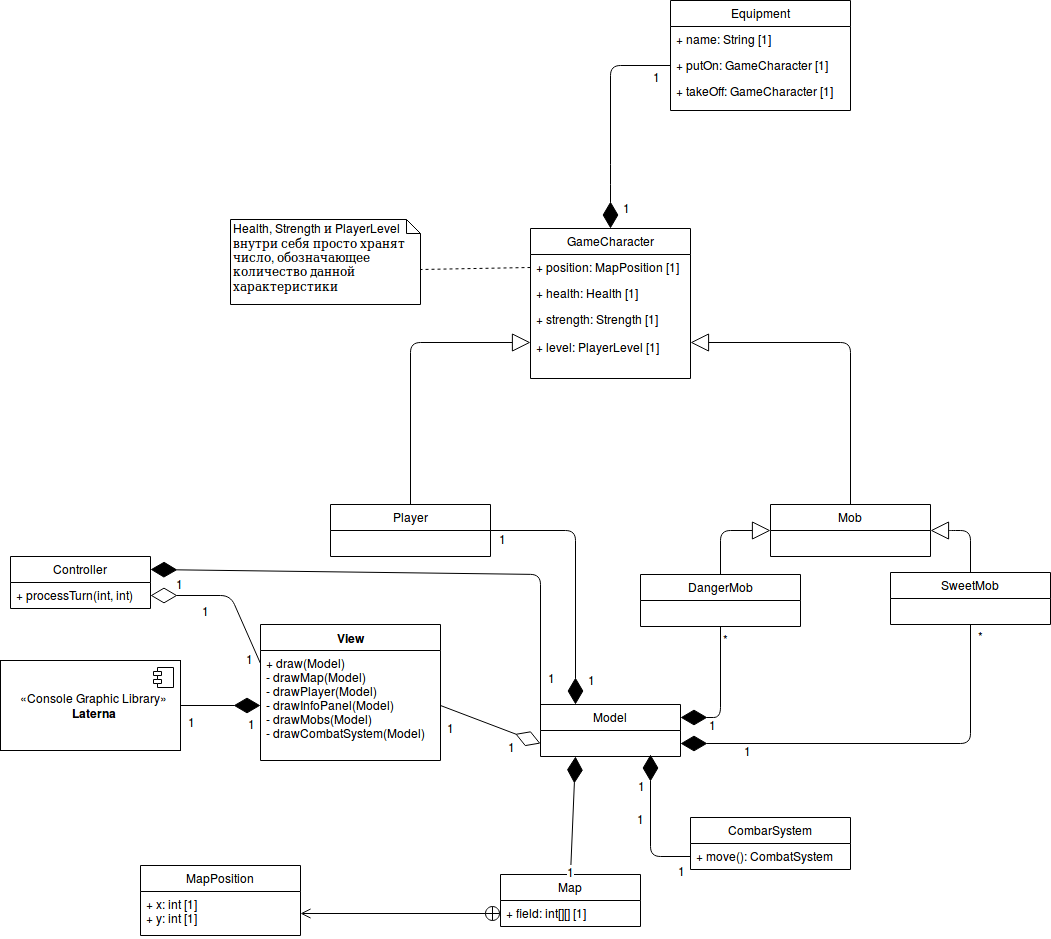
This is hw06/ClassDiagram.png from RamSaw/SoftwareDesign, a draw.io export, as it was before one commit. Source tidied: cells renumbered, new cells last; positions are measured from the earlier drawing's top-left corner, leaving out a move shared by most shapes.
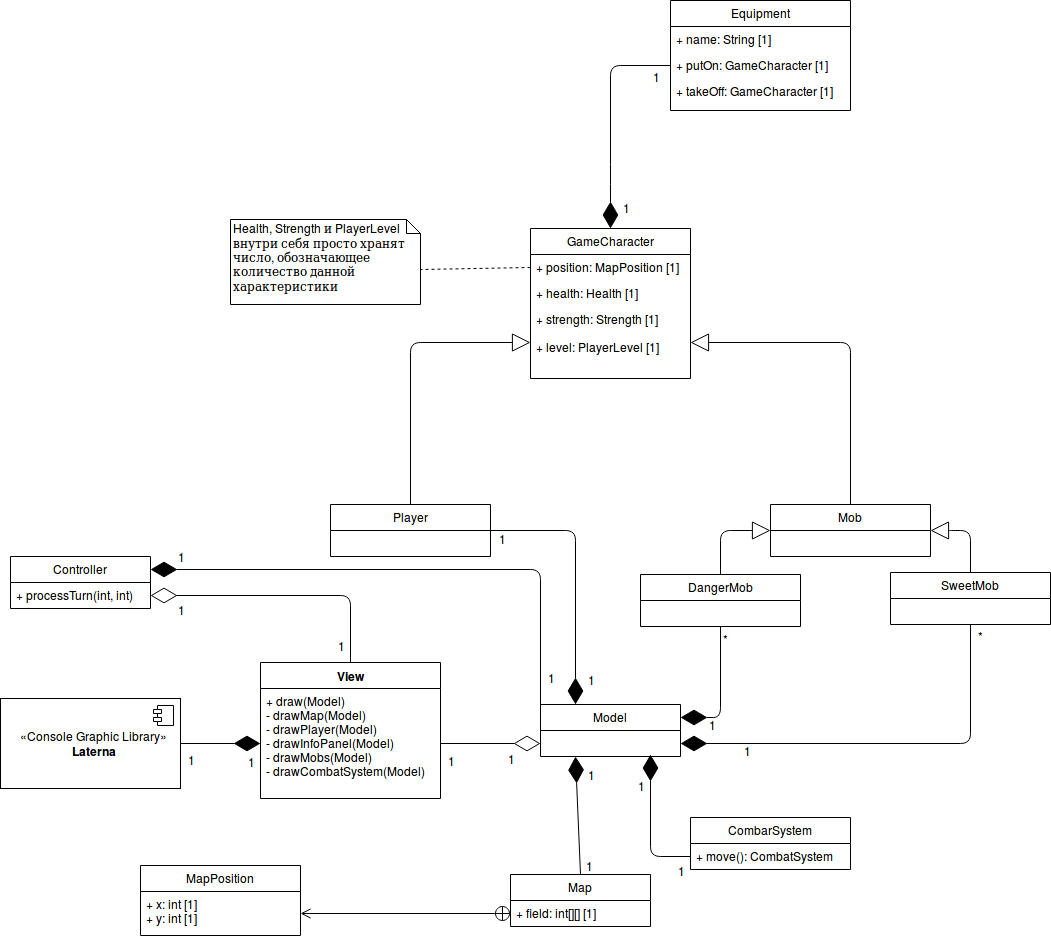
After the commit.

Diff of the diagram source:
```diff
@@ -3,7 +3,7 @@
     <mxCell id="0" />
     <mxCell id="1" parent="0" />
     <mxCell id="2" value="View" style="swimlane;fontStyle=1;align=center;verticalAlign=top;horizontal=1;startSize=26;" parent="1" vertex="1">
-      <mxGeometry x="260" y="624" width="180" height="136" as="geometry" />
+      <mxGeometry x="260" y="662" width="180" height="136" as="geometry" />
     </mxCell>
     <mxCell id="3" value="+ draw(Model)&#10;- drawMap(Model)&#10;- drawPlayer(Model)&#10;- drawInfoPanel(Model)&#10;- drawMobs(Model)&#10;- drawCombatSystem(Model)&#10;" style="text;strokeColor=none;fillColor=none;align=left;verticalAlign=top;spacingLeft=4;spacingRight=4;overflow=hidden;points=[[0,0.5],[1,0.5]];portConstraint=eastwest;" parent="2" vertex="1">
       <mxGeometry y="26" width="180" height="110" as="geometry" />
@@ -22,7 +22,7 @@
       </mxGeometry>
     </mxCell>
     <mxCell id="7" value="«Console Graphic Library»&lt;br&gt;&lt;b&gt;Laterna&lt;/b&gt;" style="html=1;" parent="1" vertex="1">
-      <mxGeometry y="660" width="180" height="90" as="geometry" />
+      <mxGeometry y="698" width="180" height="90" as="geometry" />
     </mxCell>
     <mxCell id="8" style="shape=component;jettyWidth=8;jettyHeight=4;" parent="7" vertex="1">
       <mxGeometry x="1" width="20" height="20" relative="1" as="geometry">
@@ -110,7 +110,7 @@
       </mxGeometry>
     </mxCell>
     <mxCell id="27" value="Map" style="swimlane;fontStyle=0;horizontal=1;startSize=26;fillColor=none;" parent="1" vertex="1">
-      <mxGeometry x="500" y="874" width="140" height="52" as="geometry" />
+      <mxGeometry x="510" y="874" width="140" height="52" as="geometry" />
     </mxCell>
     <mxCell id="28" value="+ field: int[][] [1]" style="text;strokeColor=none;fillColor=none;align=left;verticalAlign=top;spacingLeft=4;spacingRight=4;overflow=hidden;points=[[0,0.5],[1,0.5]];portConstraint=eastwest;" parent="27" vertex="1">
       <mxGeometry y="26" width="140" height="26" as="geometry" />
@@ -120,12 +120,12 @@
     </mxCell>
     <mxCell id="30" value="1" style="text;html=1;align=center;verticalAlign=middle;labelBackgroundColor=#ffffff;" parent="29" vertex="1">
       <mxGeometry x="-0.83" y="-1" relative="1" as="geometry">
-        <mxPoint x="68" y="-47" as="offset" />
+        <mxPoint x="9.5" y="-90" as="offset" />
       </mxGeometry>
     </mxCell>
     <mxCell id="31" value="1" style="text;html=1;align=center;verticalAlign=middle;labelBackgroundColor=#ffffff;" parent="29" vertex="1">
       <mxGeometry x="-0.78" y="-4" relative="1" as="geometry">
-        <mxPoint x="-5" y="9" as="offset" />
+        <mxPoint x="5.5" y="4" as="offset" />
       </mxGeometry>
     </mxCell>
     <mxCell id="32" style="endArrow=open;startArrow=circlePlus;endFill=0;startFill=0;endSize=8;html=1;exitX=0;exitY=0.5;exitDx=0;exitDy=0;entryX=1;entryY=0.5;entryDx=0;entryDy=0;" parent="1" edge="1" source="28" target="34">
@@ -238,13 +238,13 @@
     <mxCell id="56" style="endArrow=diamondThin;endFill=1;endSize=24;html=1;exitX=0;exitY=0.25;exitDx=0;exitDy=0;entryX=1;entryY=0.25;entryDx=0;entryDy=0;" parent="1" edge="1" source="12" target="59">
       <mxGeometry relative="1" as="geometry">
         <Array as="points">
-          <mxPoint x="540" y="574" />
+          <mxPoint x="540" y="569" />
         </Array>
       </mxGeometry>
     </mxCell>
     <mxCell id="57" value="1" style="text;html=1;align=center;verticalAlign=middle;labelBackgroundColor=#ffffff;" parent="56" vertex="1">
       <mxGeometry x="0.83" y="5" relative="1" as="geometry">
-        <mxPoint x="-17" y="8" as="offset" />
+        <mxPoint x="-16" y="-18.5" as="offset" />
       </mxGeometry>
     </mxCell>
     <mxCell id="58" value="1" style="text;html=1;align=center;verticalAlign=middle;labelBackgroundColor=#ffffff;direction=south;" parent="56" vertex="1">
@@ -258,22 +258,21 @@
     <mxCell id="60" value="+ processTurn(int, int)" style="text;strokeColor=none;fillColor=none;align=left;verticalAlign=top;spacingLeft=4;spacingRight=4;overflow=hidden;points=[[0,0.5],[1,0.5]];portConstraint=eastwest;" parent="59" vertex="1">
       <mxGeometry y="26" width="140" height="26" as="geometry" />
     </mxCell>
-    <mxCell id="61" style="endArrow=diamondThin;endFill=0;endSize=24;html=1;exitX=0;exitY=0.5;exitDx=0;exitDy=0;entryX=1;entryY=0.5;entryDx=0;entryDy=0;" parent="1" edge="1" target="60">
+    <mxCell id="61" style="endArrow=diamondThin;endFill=0;endSize=24;html=1;exitX=0.5;exitY=0;exitDx=0;exitDy=0;entryX=1;entryY=0.5;entryDx=0;entryDy=0;" parent="1" edge="1" source="2" target="60">
       <mxGeometry relative="1" as="geometry">
-        <mxPoint x="260" y="663" as="sourcePoint" />
         <Array as="points">
-          <mxPoint x="230" y="595" />
+          <mxPoint x="350" y="595" />
         </Array>
       </mxGeometry>
     </mxCell>
     <mxCell id="62" value="1" style="text;html=1;align=center;verticalAlign=middle;labelBackgroundColor=#ffffff;" parent="61" vertex="1">
       <mxGeometry x="-0.72" y="-1" relative="1" as="geometry">
-        <mxPoint x="-4" y="15.5" as="offset" />
+        <mxPoint x="-11" y="20" as="offset" />
       </mxGeometry>
     </mxCell>
     <mxCell id="63" value="1" style="text;html=1;align=center;verticalAlign=middle;labelBackgroundColor=#ffffff;" parent="61" vertex="1">
       <mxGeometry x="0.34" relative="1" as="geometry">
-        <mxPoint x="3" y="14.5" as="offset" />
+        <mxPoint x="-58" y="13" as="offset" />
       </mxGeometry>
     </mxCell>
   </root>
```
